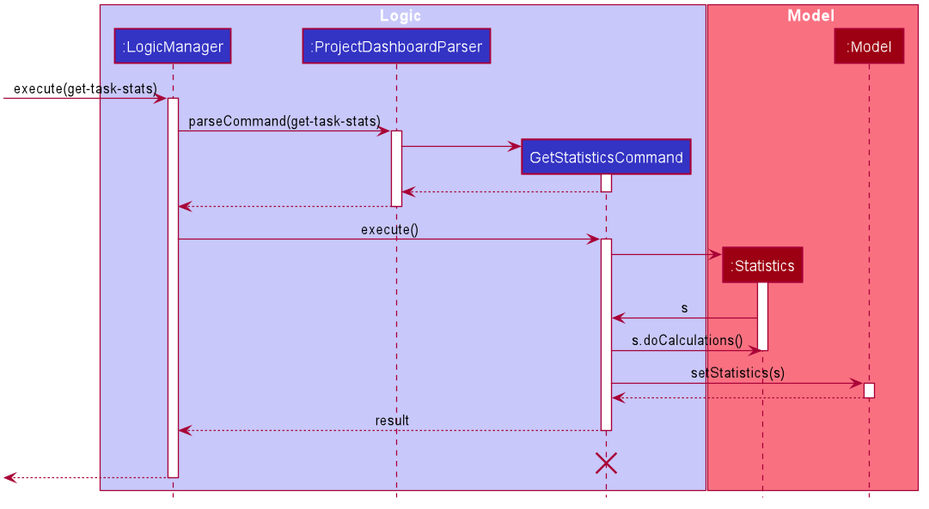
Before: images/GetStatisticsSequenceDiagram.png, a diagram exported from PlantUML (AY1920S1-CS2103T-T12-1/main). Its diagram source:
```plantuml
@startuml








skinparam BackgroundColor #FFFFFFF

skinparam Shadowing false

skinparam Class {
    FontColor #FFFFFF
    BorderThickness 1
    BorderColor #FFFFFF
    StereotypeFontColor #FFFFFF
    FontName Arial
}

skinparam Actor {
    BorderColor #000000
    Color #000000
    FontName Arial
}

skinparam Sequence {
    MessageAlign center
    BoxFontSize 15
    BoxPadding 0
    BoxFontColor #FFFFFF
    FontName Arial
}

skinparam Participant {
    FontColor #FFFFFFF
    Padding 20
}

skinparam MinClassWidth 50
skinparam ParticipantPadding 10
skinparam Shadowing false
skinparam DefaultTextAlignment center
skinparam packageStyle Rectangle

hide footbox
hide members
hide circle

box Logic #C8C8FA
participant ":LogicManager" as LogicManager #3333C4
participant ":ProjectDashboardParser" as ProjectDashboardParser #3333C4
participant "GetStatisticsCommand" as GetStatisticsCommand #3333C4
end box

box Model #F97181
participant ":Statistics" as Statistics #9D0012
participant ":Model" as Model #9D0012
end box

[-> LogicManager : execute(get-task-stats)
activate LogicManager

LogicManager -> ProjectDashboardParser : parseCommand(get-task-stats)
activate ProjectDashboardParser

create GetStatisticsCommand
ProjectDashboardParser -> GetStatisticsCommand
activate GetStatisticsCommand

GetStatisticsCommand --> ProjectDashboardParser
deactivate GetStatisticsCommand

ProjectDashboardParser --> LogicManager
deactivate ProjectDashboardParser

LogicManager -> GetStatisticsCommand : execute()
activate GetStatisticsCommand

create Statistics
GetStatisticsCommand -> Statistics
activate Statistics

Statistics -> GetStatisticsCommand : s

GetStatisticsCommand -> Statistics : s.doCalculations()
deactivate Statistics

GetStatisticsCommand -> Model : setStatistics(s)
activate Model

Model --> GetStatisticsCommand
deactivate Model

GetStatisticsCommand --> LogicManager : result
deactivate GetStatisticsCommand

GetStatisticsCommand -[hidden]-> LogicManager : result
destroy GetStatisticsCommand

[<--LogicManager
deactivate LogicManager
@enduml
```
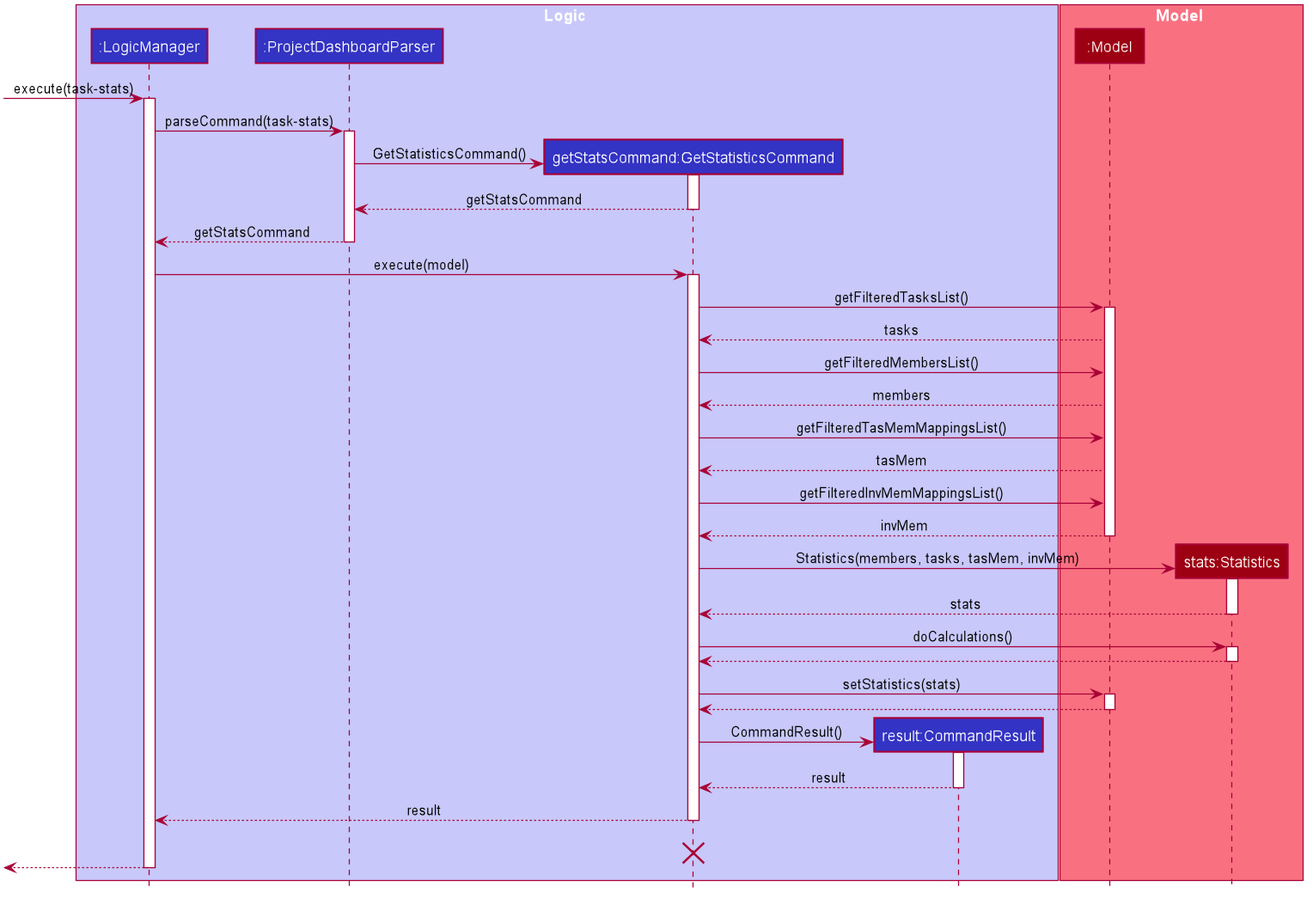
After the commit.

Change to the diagram source:
```diff
@@ -1,4 +1,5 @@
 @startuml
+
 
 
 
@@ -51,47 +52,71 @@
 box Logic #C8C8FA
 participant ":LogicManager" as LogicManager #3333C4
 participant ":ProjectDashboardParser" as ProjectDashboardParser #3333C4
-participant "GetStatisticsCommand" as GetStatisticsCommand #3333C4
+participant "getStatsCommand:GetStatisticsCommand" as GetStatisticsCommand #3333C4
+participant "result:CommandResult" as CommandResult #3333C4
 end box
 
 box Model #F97181
-participant ":Statistics" as Statistics #9D0012
 participant ":Model" as Model #9D0012
+participant "stats:Statistics" as Statistics #9D0012
 end box
 
-[-> LogicManager : execute(get-task-stats)
+[-> LogicManager : execute(task-stats)
 activate LogicManager
 
-LogicManager -> ProjectDashboardParser : parseCommand(get-task-stats)
+LogicManager -> ProjectDashboardParser : parseCommand(task-stats)
 activate ProjectDashboardParser
 
 create GetStatisticsCommand
-ProjectDashboardParser -> GetStatisticsCommand
+ProjectDashboardParser -> GetStatisticsCommand : GetStatisticsCommand()
 activate GetStatisticsCommand
 
-GetStatisticsCommand --> ProjectDashboardParser
+GetStatisticsCommand --> ProjectDashboardParser: getStatsCommand
 deactivate GetStatisticsCommand
 
-ProjectDashboardParser --> LogicManager
+ProjectDashboardParser --> LogicManager: getStatsCommand
 deactivate ProjectDashboardParser
 
-LogicManager -> GetStatisticsCommand : execute()
+LogicManager -> GetStatisticsCommand : execute(model)
 activate GetStatisticsCommand
 
+GetStatisticsCommand -> Model : getFilteredTasksList()
+activate Model
+Model --> GetStatisticsCommand : tasks
+
+GetStatisticsCommand -> Model : getFilteredMembersList()
+Model --> GetStatisticsCommand : members
+GetStatisticsCommand -> Model : getFilteredTasMemMappingsList()
+Model --> GetStatisticsCommand : tasMem
+GetStatisticsCommand -> Model : getFilteredInvMemMappingsList()
+Model --> GetStatisticsCommand : invMem
+deactivate Model
+
 create Statistics
-GetStatisticsCommand -> Statistics
+GetStatisticsCommand -> Statistics : Statistics(members, tasks, tasMem, invMem)
 activate Statistics
 
-Statistics -> GetStatisticsCommand : s
-
-GetStatisticsCommand -> Statistics : s.doCalculations()
+Statistics --> GetStatisticsCommand : stats
 deactivate Statistics
 
-GetStatisticsCommand -> Model : setStatistics(s)
+GetStatisticsCommand -> Statistics : doCalculations()
+activate Statistics
+
+Statistics --> GetStatisticsCommand :
+deactivate Statistics
+
+GetStatisticsCommand -> Model : setStatistics(stats)
 activate Model
 
 Model --> GetStatisticsCommand
 deactivate Model
+
+create CommandResult
+GetStatisticsCommand -> CommandResult : CommandResult()
+activate CommandResult
+
+CommandResult --> GetStatisticsCommand : result
+deactivate CommandResult
 
 GetStatisticsCommand --> LogicManager : result
 deactivate GetStatisticsCommand
```
